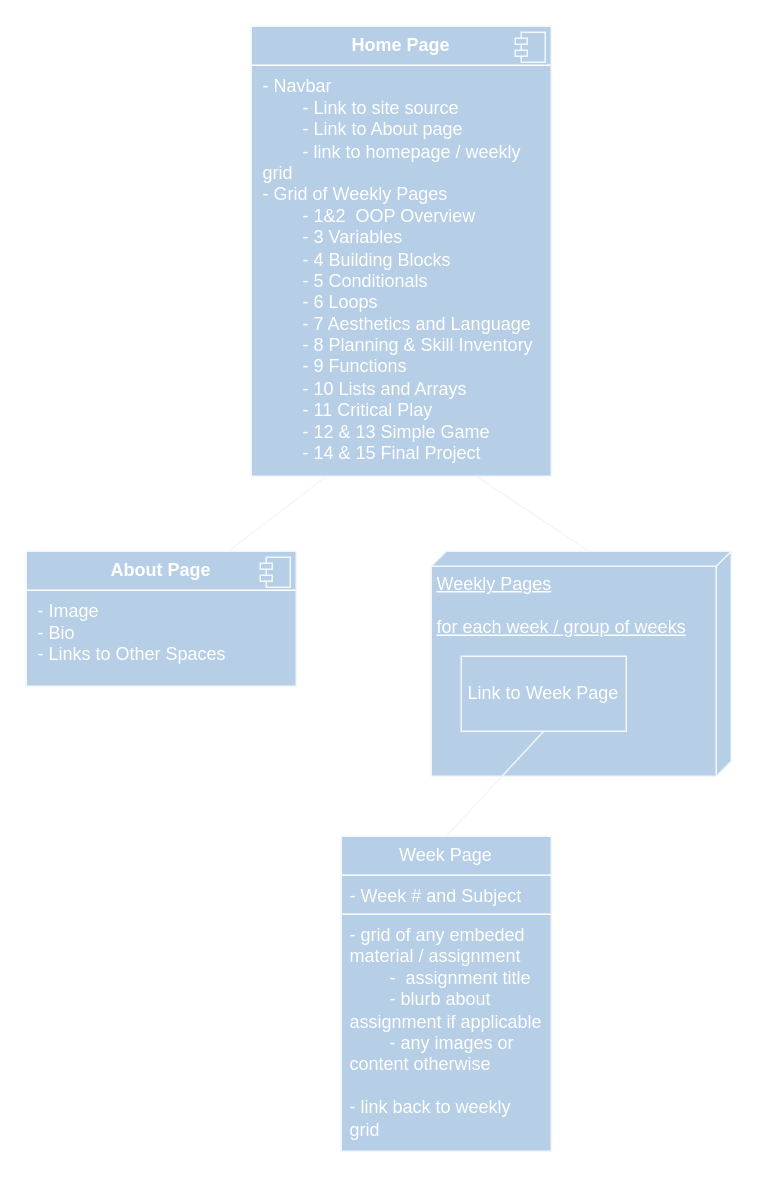
Earlier version of the draw.io diagram public/projects/1-2/draw.io/Creative Coding Sitemap.drawio (jennymaeleidig/creative-coding-portfolio). Source tidied: cells renumbered, new cells numbered last; positions are measured from the earlier drawing's top-left corner, leaving out a move shared by most shapes. Both pictures are drawn from the tidied source at 150%, with x=0, y=0 at pixel (26, 26).
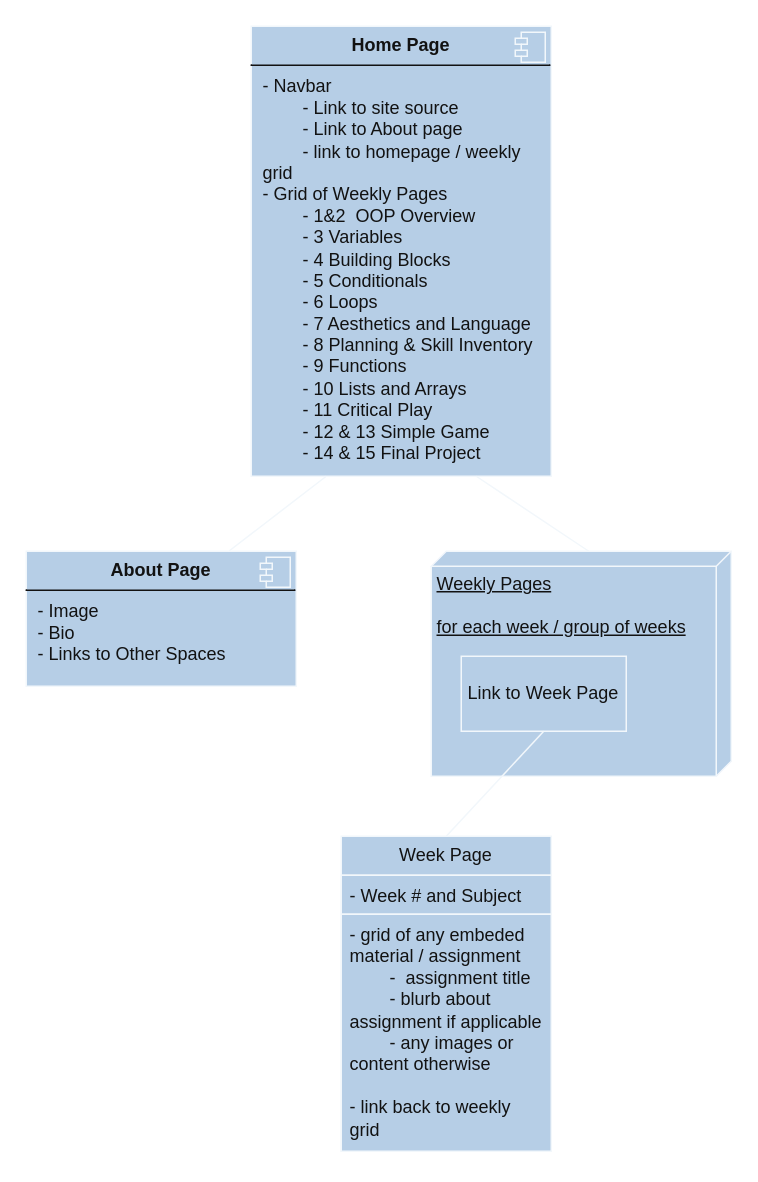
After the change.

What changed in the source:
```diff
@@
 <mxGraphModel>
   <root>
     <mxCell id="0" />
     <mxCell id="1" parent="0" />
-    <mxCell id="2" value="&lt;p style=&quot;margin:0px;margin-top:6px;text-align:center;&quot;&gt;&lt;b&gt;Home Page&lt;/b&gt;&lt;/p&gt;&lt;hr size=&quot;1&quot; style=&quot;border-style:solid;&quot;&gt;&lt;p style=&quot;margin:0px;margin-left:8px;&quot;&gt;- Navbar&lt;/p&gt;&lt;p style=&quot;margin:0px;margin-left:8px;&quot;&gt;&lt;span style=&quot;white-space: pre;&quot;&gt;&#9;&lt;/span&gt;- Link to site source&lt;/p&gt;&lt;p style=&quot;margin:0px;margin-left:8px;&quot;&gt;&amp;nbsp;&amp;nbsp;&lt;span style=&quot;white-space: pre;&quot;&gt;&#9;&lt;/span&gt;- Link to About page&lt;/p&gt;&lt;p style=&quot;margin:0px;margin-left:8px;&quot;&gt;&lt;span style=&quot;white-space: pre;&quot;&gt;&#9;&lt;/span&gt;- link to homepage / weekly grid&lt;/p&gt;&lt;p style=&quot;margin:0px;margin-left:8px;&quot;&gt;- Grid of Weekly Pages&lt;/p&gt;&lt;p style=&quot;margin:0px;margin-left:8px;&quot;&gt;&lt;span style=&quot;white-space: pre;&quot;&gt;&#9;&lt;/span&gt;- 1&amp;amp;2&amp;nbsp; OOP Overview&lt;/p&gt;&lt;p style=&quot;margin:0px;margin-left:8px;&quot;&gt;&lt;span style=&quot;white-space: pre;&quot;&gt;&#9;&lt;/span&gt;- 3 Variables&lt;/p&gt;&lt;p style=&quot;margin:0px;margin-left:8px;&quot;&gt;&lt;span style=&quot;white-space: pre;&quot;&gt;&#9;&lt;/span&gt;- 4 Building Blocks&lt;/p&gt;&lt;p style=&quot;margin:0px;margin-left:8px;&quot;&gt;&lt;span style=&quot;white-space: pre;&quot;&gt;&#9;&lt;/span&gt;- 5 Conditionals&lt;/p&gt;&lt;p style=&quot;margin:0px;margin-left:8px;&quot;&gt;&lt;span style=&quot;white-space: pre;&quot;&gt;&#9;&lt;/span&gt;- 6 Loops&lt;/p&gt;&lt;p style=&quot;margin:0px;margin-left:8px;&quot;&gt;&lt;span style=&quot;white-space: pre;&quot;&gt;&#9;&lt;/span&gt;- 7 Aesthetics and Language&lt;/p&gt;&lt;p style=&quot;margin:0px;margin-left:8px;&quot;&gt;&lt;span style=&quot;white-space: pre;&quot;&gt;&#9;&lt;/span&gt;- 8 Planning &amp;amp; Skill Inventory&lt;/p&gt;&lt;p style=&quot;margin:0px;margin-left:8px;&quot;&gt;&lt;span style=&quot;white-space: pre;&quot;&gt;&#9;&lt;/span&gt;- 9 Functions&lt;/p&gt;&lt;p style=&quot;margin:0px;margin-left:8px;&quot;&gt;&lt;span style=&quot;white-space: pre;&quot;&gt;&#9;&lt;/span&gt;- 10 Lists and Arrays&lt;/p&gt;&lt;p style=&quot;margin:0px;margin-left:8px;&quot;&gt;&lt;span style=&quot;white-space: pre;&quot;&gt;&#9;&lt;/span&gt;- 11 Critical Play&lt;/p&gt;&lt;p style=&quot;margin:0px;margin-left:8px;&quot;&gt;&lt;span style=&quot;white-space: pre;&quot;&gt;&#9;&lt;/span&gt;- 12 &amp;amp; 13 Simple Game&lt;/p&gt;&lt;p style=&quot;margin:0px;margin-left:8px;&quot;&gt;&lt;span style=&quot;white-space: pre;&quot;&gt;&#9;&lt;/span&gt;- 14 &amp;amp; 15 Final Project&lt;/p&gt;" style="align=left;overflow=fill;html=1;whiteSpace=wrap;labelBackgroundColor=none;fillColor=light-dark(#B6CEE6,#B6CEE6);strokeColor=light-dark(#F2F7FB,#F2F7FB);fontColor=#FFFFFF;" parent="1" vertex="1">
+    <mxCell id="2" value="&lt;p style=&quot;margin:0px;margin-top:6px;text-align:center;&quot;&gt;&lt;b&gt;Home Page&lt;/b&gt;&lt;/p&gt;&lt;hr style=&quot;border-style:solid;&quot; size=&quot;1&quot;&gt;&lt;p style=&quot;margin:0px;margin-left:8px;&quot;&gt;- Navbar&lt;/p&gt;&lt;p style=&quot;margin:0px;margin-left:8px;&quot;&gt;&lt;span style=&quot;white-space: pre;&quot;&gt;&#9;&lt;/span&gt;- Link to site source&lt;/p&gt;&lt;p style=&quot;margin:0px;margin-left:8px;&quot;&gt;&amp;nbsp;&amp;nbsp;&lt;span style=&quot;white-space: pre;&quot;&gt;&#9;&lt;/span&gt;- Link to About page&lt;/p&gt;&lt;p style=&quot;margin:0px;margin-left:8px;&quot;&gt;&lt;span style=&quot;white-space: pre;&quot;&gt;&#9;&lt;/span&gt;- link to homepage / weekly grid&lt;/p&gt;&lt;p style=&quot;margin:0px;margin-left:8px;&quot;&gt;- Grid of Weekly Pages&lt;/p&gt;&lt;p style=&quot;margin:0px;margin-left:8px;&quot;&gt;&lt;span style=&quot;white-space: pre;&quot;&gt;&#9;&lt;/span&gt;- 1&amp;amp;2&amp;nbsp; OOP Overview&lt;/p&gt;&lt;p style=&quot;margin:0px;margin-left:8px;&quot;&gt;&lt;span style=&quot;white-space: pre;&quot;&gt;&#9;&lt;/span&gt;- 3 Variables&lt;/p&gt;&lt;p style=&quot;margin:0px;margin-left:8px;&quot;&gt;&lt;span style=&quot;white-space: pre;&quot;&gt;&#9;&lt;/span&gt;- 4 Building Blocks&lt;/p&gt;&lt;p style=&quot;margin:0px;margin-left:8px;&quot;&gt;&lt;span style=&quot;white-space: pre;&quot;&gt;&#9;&lt;/span&gt;- 5 Conditionals&lt;/p&gt;&lt;p style=&quot;margin:0px;margin-left:8px;&quot;&gt;&lt;span style=&quot;white-space: pre;&quot;&gt;&#9;&lt;/span&gt;- 6 Loops&lt;/p&gt;&lt;p style=&quot;margin:0px;margin-left:8px;&quot;&gt;&lt;span style=&quot;white-space: pre;&quot;&gt;&#9;&lt;/span&gt;- 7 Aesthetics and Language&lt;/p&gt;&lt;p style=&quot;margin:0px;margin-left:8px;&quot;&gt;&lt;span style=&quot;white-space: pre;&quot;&gt;&#9;&lt;/span&gt;- 8 Planning &amp;amp; Skill Inventory&lt;/p&gt;&lt;p style=&quot;margin:0px;margin-left:8px;&quot;&gt;&lt;span style=&quot;white-space: pre;&quot;&gt;&#9;&lt;/span&gt;- 9 Functions&lt;/p&gt;&lt;p style=&quot;margin:0px;margin-left:8px;&quot;&gt;&lt;span style=&quot;white-space: pre;&quot;&gt;&#9;&lt;/span&gt;- 10 Lists and Arrays&lt;/p&gt;&lt;p style=&quot;margin:0px;margin-left:8px;&quot;&gt;&lt;span style=&quot;white-space: pre;&quot;&gt;&#9;&lt;/span&gt;- 11 Critical Play&lt;/p&gt;&lt;p style=&quot;margin:0px;margin-left:8px;&quot;&gt;&lt;span style=&quot;white-space: pre;&quot;&gt;&#9;&lt;/span&gt;- 12 &amp;amp; 13 Simple Game&lt;/p&gt;&lt;p style=&quot;margin:0px;margin-left:8px;&quot;&gt;&lt;span style=&quot;white-space: pre;&quot;&gt;&#9;&lt;/span&gt;- 14 &amp;amp; 15 Final Project&lt;/p&gt;" style="align=left;overflow=fill;html=1;whiteSpace=wrap;labelBackgroundColor=none;fillColor=light-dark(#B6CEE6,#B6CEE6);strokeColor=light-dark(#F2F7FB,#F2F7FB);fontColor=light-dark(#121212,#121212);" parent="1" vertex="1">
       <mxGeometry x="150" width="200" height="300" as="geometry" />
     </mxCell>
-    <mxCell id="3" style="shape=component;jettyWidth=8;jettyHeight=4;labelBackgroundColor=none;fillColor=light-dark(#B6CEE6,#B6CEE6);strokeColor=light-dark(#F2F7FB,#F2F7FB);fontColor=#FFFFFF;" parent="2" vertex="1">
+    <mxCell id="3" style="shape=component;jettyWidth=8;jettyHeight=4;labelBackgroundColor=none;fillColor=light-dark(#B6CEE6,#B6CEE6);strokeColor=light-dark(#F2F7FB,#F2F7FB);fontColor=light-dark(#121212,#121212);" parent="2" vertex="1">
       <mxGeometry x="1" width="20" height="20" relative="1" as="geometry">
         <mxPoint x="-24" y="4" as="offset" />
       </mxGeometry>
     </mxCell>
-    <mxCell id="4" value="&lt;p style=&quot;margin:0px;margin-top:6px;text-align:center;&quot;&gt;&lt;b&gt;About Page&lt;/b&gt;&lt;/p&gt;&lt;hr size=&quot;1&quot; style=&quot;border-style:solid;&quot;&gt;&lt;p style=&quot;margin:0px;margin-left:8px;&quot;&gt;- Image&lt;/p&gt;&lt;p style=&quot;margin:0px;margin-left:8px;&quot;&gt;- Bio&lt;/p&gt;&lt;p style=&quot;margin:0px;margin-left:8px;&quot;&gt;- Links to Other Spaces&lt;/p&gt;" style="align=left;overflow=fill;html=1;whiteSpace=wrap;labelBackgroundColor=none;fillColor=light-dark(#B6CEE6,#B6CEE6);strokeColor=light-dark(#F2F7FB,#F2F7FB);fontColor=#FFFFFF;" parent="1" vertex="1">
+    <mxCell id="4" value="&lt;p style=&quot;margin:0px;margin-top:6px;text-align:center;&quot;&gt;&lt;b&gt;About Page&lt;/b&gt;&lt;/p&gt;&lt;hr style=&quot;border-style:solid;&quot; size=&quot;1&quot;&gt;&lt;p style=&quot;margin:0px;margin-left:8px;&quot;&gt;- Image&lt;/p&gt;&lt;p style=&quot;margin:0px;margin-left:8px;&quot;&gt;- Bio&lt;/p&gt;&lt;p style=&quot;margin:0px;margin-left:8px;&quot;&gt;- Links to Other Spaces&lt;/p&gt;" style="align=left;overflow=fill;html=1;whiteSpace=wrap;labelBackgroundColor=none;fillColor=light-dark(#B6CEE6,#B6CEE6);strokeColor=light-dark(#F2F7FB,#F2F7FB);fontColor=light-dark(#121212,#121212);" parent="1" vertex="1">
       <mxGeometry y="350" width="180" height="90" as="geometry" />
     </mxCell>
-    <mxCell id="5" style="shape=component;jettyWidth=8;jettyHeight=4;labelBackgroundColor=none;fillColor=light-dark(#B6CEE6,#B6CEE6);strokeColor=light-dark(#F2F7FB,#F2F7FB);fontColor=#121212;" parent="4" vertex="1">
+    <mxCell id="5" style="shape=component;jettyWidth=8;jettyHeight=4;labelBackgroundColor=none;fillColor=light-dark(#B6CEE6,#B6CEE6);strokeColor=light-dark(#F2F7FB,#F2F7FB);fontColor=light-dark(#121212,#121212);" parent="4" vertex="1">
       <mxGeometry x="1" width="20" height="20" relative="1" as="geometry">
         <mxPoint x="-24" y="4" as="offset" />
       </mxGeometry>
     </mxCell>
-    <mxCell id="6" value="&lt;div&gt;Weekly Pages&lt;/div&gt;&lt;div&gt;&lt;br&gt;&lt;/div&gt;for each week / group of weeks" style="verticalAlign=top;align=left;spacingTop=8;spacingLeft=2;spacingRight=12;shape=cube;size=10;direction=south;fontStyle=4;html=1;whiteSpace=wrap;labelBackgroundColor=none;fillColor=light-dark(#B6CEE6,#B6CEE6);strokeColor=light-dark(#F2F7FB,#F2F7FB);fontColor=#FFFFFF;" parent="1" vertex="1">
+    <mxCell id="6" value="&lt;div&gt;Weekly Pages&lt;/div&gt;&lt;div&gt;&lt;br&gt;&lt;/div&gt;for each week / group of weeks" style="verticalAlign=top;align=left;spacingTop=8;spacingLeft=2;spacingRight=12;shape=cube;size=10;direction=south;fontStyle=4;html=1;whiteSpace=wrap;labelBackgroundColor=none;fillColor=light-dark(#B6CEE6,#B6CEE6);strokeColor=light-dark(#F2F7FB,#F2F7FB);fontColor=light-dark(#121212,#121212);" parent="1" vertex="1">
       <mxGeometry x="270" y="350" width="200" height="150" as="geometry" />
     </mxCell>
-    <mxCell id="7" value="Week Page" style="swimlane;fontStyle=0;horizontal=1;startSize=26;fillColor=light-dark(#B6CEE6,#B6CEE6);whiteSpace=wrap;html=1;labelBackgroundColor=none;strokeColor=light-dark(#F2F7FB,#F2F7FB);fontColor=#FFFFFF;" parent="1" vertex="1">
+    <mxCell id="7" value="Week Page" style="swimlane;fontStyle=0;horizontal=1;startSize=26;fillColor=light-dark(#B6CEE6,#B6CEE6);whiteSpace=wrap;html=1;labelBackgroundColor=none;strokeColor=light-dark(#F2F7FB,#F2F7FB);fontColor=light-dark(#121212,#121212);" parent="1" vertex="1">
       <mxGeometry x="210" y="540" width="140" height="210" as="geometry" />
     </mxCell>
-    <mxCell id="8" value="- Week # and Subject" style="text;strokeColor=light-dark(#F2F7FB,#F2F7FB);fillColor=light-dark(#B6CEE6,#B6CEE6);align=left;verticalAlign=top;spacingLeft=4;spacingRight=4;overflow=hidden;whiteSpace=wrap;html=1;labelBackgroundColor=none;fontColor=#FFFFFF;" parent="7" vertex="1">
+    <mxCell id="8" value="- Week # and Subject" style="text;strokeColor=light-dark(#F2F7FB,#F2F7FB);fillColor=light-dark(#B6CEE6,#B6CEE6);align=left;verticalAlign=top;spacingLeft=4;spacingRight=4;overflow=hidden;whiteSpace=wrap;html=1;labelBackgroundColor=none;fontColor=light-dark(#121212,#121212);" parent="7" vertex="1">
       <mxGeometry y="26" width="140" height="26" as="geometry" />
     </mxCell>
-    <mxCell id="9" value="&lt;div&gt;- grid of any embeded material / assignment&lt;/div&gt;&lt;div&gt;&lt;span style=&quot;white-space: pre;&quot;&gt;&#9;&lt;/span&gt;-&amp;nbsp; assignment title&lt;/div&gt;&lt;div&gt;&lt;span style=&quot;white-space: pre;&quot;&gt;&#9;&lt;/span&gt;- blurb about assignment if applicable&lt;/div&gt;&lt;div&gt;&lt;span style=&quot;white-space: pre;&quot;&gt;&#9;&lt;/span&gt;- any images or content otherwise&lt;/div&gt;&lt;div&gt;&lt;br&gt;&lt;/div&gt;&lt;div&gt;- link back to weekly grid&lt;/div&gt;" style="text;strokeColor=light-dark(#F2F7FB,#F2F7FB);fillColor=light-dark(#B6CEE6,#B6CEE6);align=left;verticalAlign=top;spacingLeft=4;spacingRight=4;overflow=hidden;whiteSpace=wrap;html=1;labelBackgroundColor=none;fontColor=#FFFFFF;" parent="7" vertex="1">
+    <mxCell id="9" value="&lt;div&gt;- grid of any embeded material / assignment&lt;/div&gt;&lt;div&gt;&lt;span style=&quot;white-space: pre;&quot;&gt;&#9;&lt;/span&gt;-&amp;nbsp; assignment title&lt;/div&gt;&lt;div&gt;&lt;span style=&quot;white-space: pre;&quot;&gt;&#9;&lt;/span&gt;- blurb about assignment if applicable&lt;/div&gt;&lt;div&gt;&lt;span style=&quot;white-space: pre;&quot;&gt;&#9;&lt;/span&gt;- any images or content otherwise&lt;/div&gt;&lt;div&gt;&lt;br&gt;&lt;/div&gt;&lt;div&gt;- link back to weekly grid&lt;/div&gt;" style="text;strokeColor=light-dark(#F2F7FB,#F2F7FB);fillColor=light-dark(#B6CEE6,#B6CEE6);align=left;verticalAlign=top;spacingLeft=4;spacingRight=4;overflow=hidden;whiteSpace=wrap;html=1;labelBackgroundColor=none;fontColor=light-dark(#121212,#121212);" parent="7" vertex="1">
       <mxGeometry y="52" width="140" height="158" as="geometry" />
     </mxCell>
-    <mxCell id="10" value="Link to Week Page" style="html=1;whiteSpace=wrap;labelBackgroundColor=none;fillColor=light-dark(#B6CEE6,#B6CEE6);strokeColor=light-dark(#F2F7FB,#F2F7FB);fontColor=#FFFFFF;" parent="1" vertex="1">
+    <mxCell id="10" value="Link to Week Page" style="html=1;whiteSpace=wrap;labelBackgroundColor=none;fillColor=light-dark(#B6CEE6,#B6CEE6);strokeColor=light-dark(#F2F7FB,#F2F7FB);fontColor=light-dark(#121212,#121212);" parent="1" vertex="1">
       <mxGeometry x="290" y="420" width="110" height="50" as="geometry" />
     </mxCell>
-    <mxCell id="11" style="endArrow=none;html=1;rounded=0;exitX=0.75;exitY=0;exitDx=0;exitDy=0;entryX=0.25;entryY=1;entryDx=0;entryDy=0;labelBackgroundColor=none;strokeColor=light-dark(#F2F7FB,#F2F7FB);fontColor=default;" parent="1" edge="1" source="4" target="2">
+    <mxCell id="11" style="endArrow=none;html=1;rounded=0;exitX=0.75;exitY=0;exitDx=0;exitDy=0;entryX=0.25;entryY=1;entryDx=0;entryDy=0;labelBackgroundColor=none;strokeColor=light-dark(#F2F7FB,#F2F7FB);fontColor=light-dark(#121212,#121212);" parent="1" edge="1" source="4" target="2">
       <mxGeometry relative="1" as="geometry" />
     </mxCell>
-    <mxCell id="12" style="endArrow=none;html=1;rounded=0;exitX=0.75;exitY=1;exitDx=0;exitDy=0;entryX=0;entryY=0;entryDx=0;entryDy=95;entryPerimeter=0;labelBackgroundColor=none;strokeColor=light-dark(#F2F7FB,#F2F7FB);fontColor=default;" parent="1" edge="1" source="2" target="6">
+    <mxCell id="12" style="endArrow=none;html=1;rounded=0;exitX=0.75;exitY=1;exitDx=0;exitDy=0;entryX=0;entryY=0;entryDx=0;entryDy=95;entryPerimeter=0;labelBackgroundColor=none;strokeColor=light-dark(#F2F7FB,#F2F7FB);fontColor=light-dark(#121212,#121212);" parent="1" edge="1" source="2" target="6">
       <mxGeometry relative="1" as="geometry" />
     </mxCell>
-    <mxCell id="13" style="endArrow=none;html=1;rounded=0;exitX=0.5;exitY=0;exitDx=0;exitDy=0;entryX=0.5;entryY=1;entryDx=0;entryDy=0;labelBackgroundColor=none;strokeColor=light-dark(#F2F7FB,#F2F7FB);fontColor=default;" parent="1" edge="1" source="7" target="10">
+    <mxCell id="13" style="endArrow=none;html=1;rounded=0;exitX=0.5;exitY=0;exitDx=0;exitDy=0;entryX=0.5;entryY=1;entryDx=0;entryDy=0;labelBackgroundColor=none;strokeColor=light-dark(#F2F7FB,#F2F7FB);fontColor=light-dark(#121212,#121212);" parent="1" edge="1" source="7" target="10">
       <mxGeometry relative="1" as="geometry" />
     </mxCell>
   </root>
 </mxGraphModel>
```
